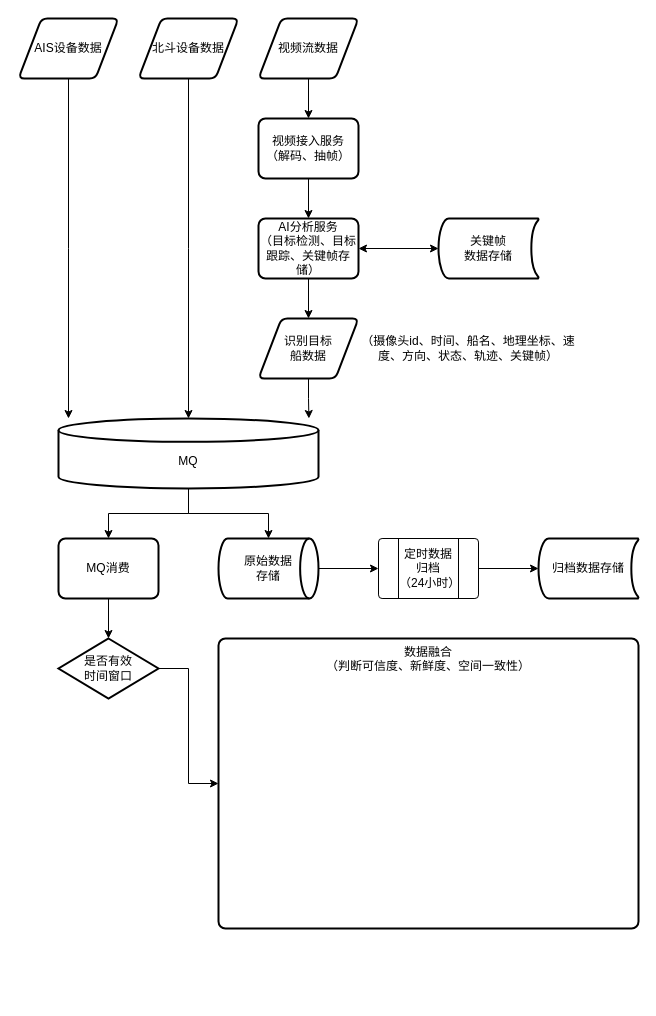
Earlier version of the draw.io diagram ctg/港作船.drawio (Qunz/drawio). Source tidied: cells renumbered, new cells numbered last; positions are measured from the earlier drawing's top-left corner, leaving out a move shared by most shapes. Both pictures are drawn from the tidied source at 100%, with x=0, y=0 at pixel (18, 18).
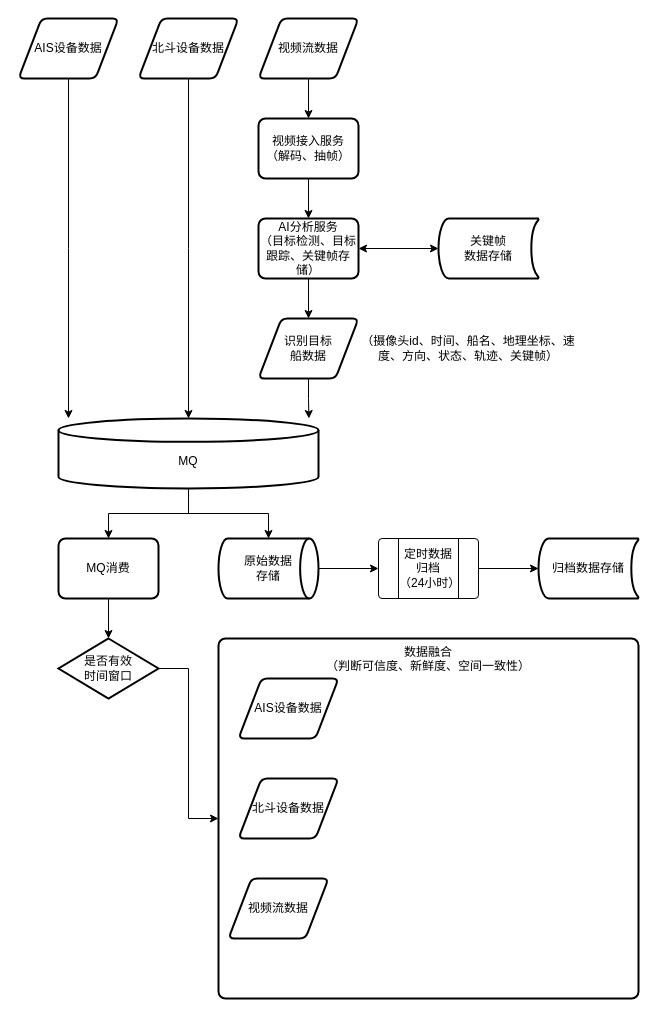
After the change.

Commit message:
更新港作船.drawio

Diff of the diagram source:
```diff
@@
     <mxCell id="31" value="数据融合&lt;div&gt;（判断可信度、新鲜度、空间一致性）&lt;/div&gt;" style="rounded=1;whiteSpace=wrap;html=1;absoluteArcSize=1;arcSize=14;strokeWidth=2;verticalAlign=top;" parent="1" vertex="1">
-      <mxGeometry x="200" y="620" width="420" height="290" as="geometry" />
+      <mxGeometry x="200" y="620" width="420" height="360" as="geometry" />
     </mxCell>
+    <mxCell id="32" value="AIS设备数据" style="shape=parallelogram;html=1;strokeWidth=2;perimeter=parallelogramPerimeter;whiteSpace=wrap;rounded=1;arcSize=12;size=0.23;" parent="1" vertex="1">
+      <mxGeometry x="220" y="660" width="100" height="60" as="geometry" />
+    </mxCell>
+    <mxCell id="33" value="北斗设备数据" style="shape=parallelogram;html=1;strokeWidth=2;perimeter=parallelogramPerimeter;whiteSpace=wrap;rounded=1;arcSize=12;size=0.23;" parent="1" vertex="1">
+      <mxGeometry x="220" y="760" width="100" height="60" as="geometry" />
+    </mxCell>
+    <mxCell id="34" value="视频流数据" style="shape=parallelogram;html=1;strokeWidth=2;perimeter=parallelogramPerimeter;whiteSpace=wrap;rounded=1;arcSize=12;size=0.23;" parent="1" vertex="1">
+      <mxGeometry x="210" y="860" width="100" height="60" as="geometry" />
+    </mxCell>
```
